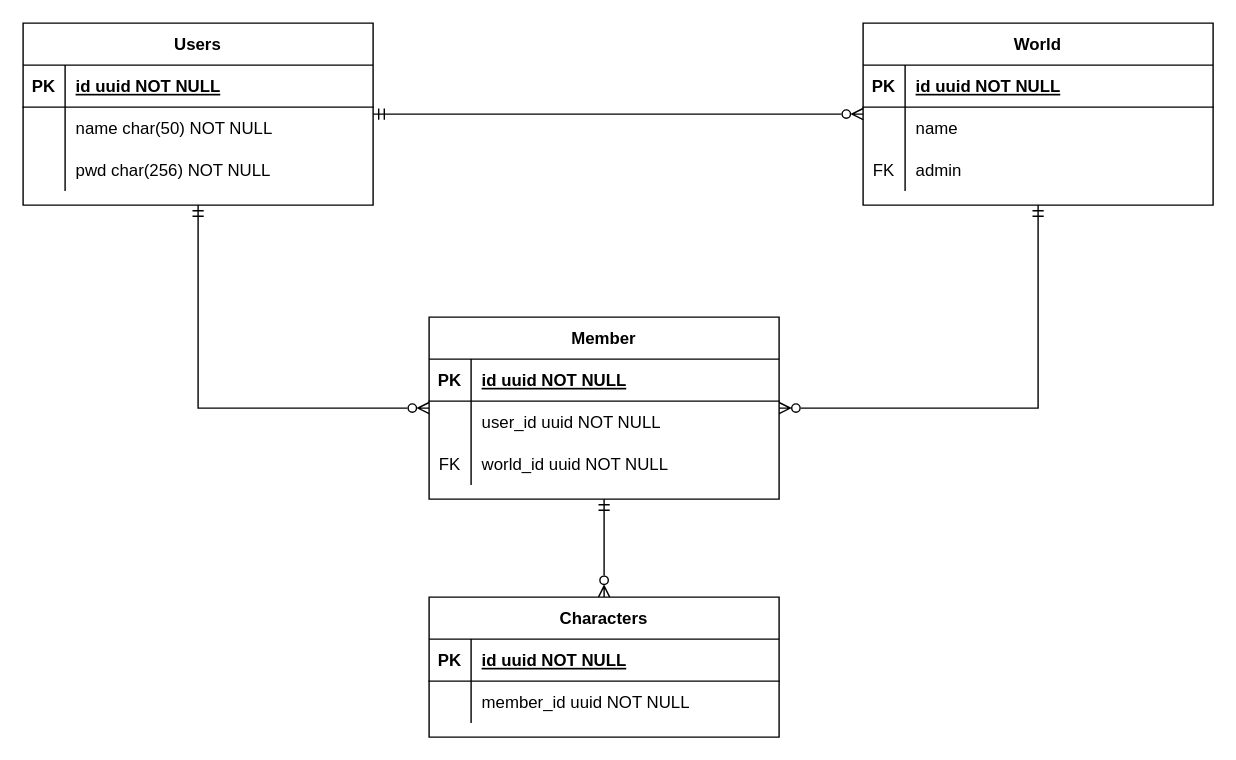
Earlier version of the draw.io diagram Untitled Diagram.drawio (C4RN1V0R/dnd-navigator). Source tidied: cells renumbered, new cells numbered last; positions are measured from the earlier drawing's top-left corner, leaving out a move shared by most shapes. Both pictures are drawn from the tidied source at 140%, with x=0, y=0 at pixel (22, 22).
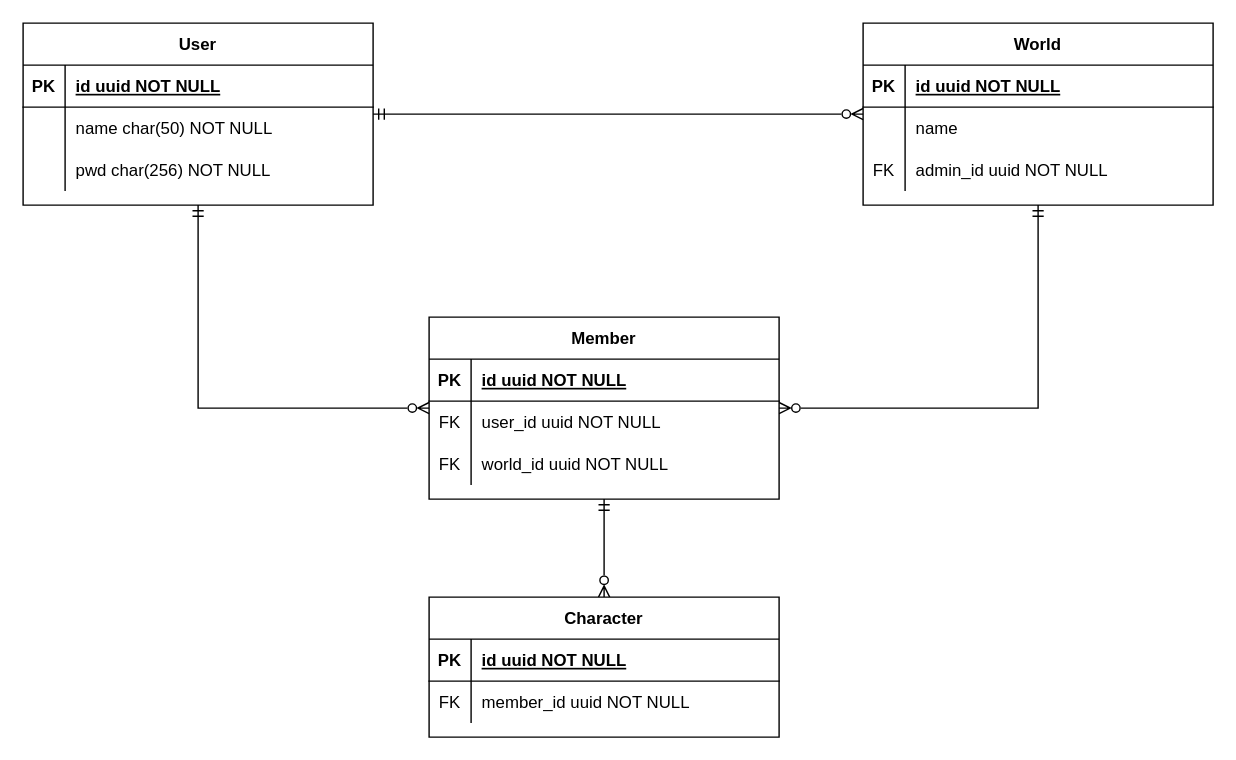
After the change.

Unchanged cells that the change refers to:
```xml
<mxCell id="17" style="shape=partialRectangle;fillColor=none;top=0;left=0;right=0;bottom=0;" parent="13" vertex="1">
  <mxGeometry y="60" width="250" height="30" as="geometry" />
</mxCell>
<mxCell id="27" style="shape=tableRow;horizontal=0;startSize=0;swimlaneHead=0;swimlaneBody=0;fillColor=none;top=0;left=0;right=0;bottom=0;" parent="20" vertex="1">
  <mxGeometry y="90" width="250" height="30" as="geometry" />
</mxCell>
<mxCell id="36" style="shape=partialRectangle;fillColor=none;top=0;left=0;right=0;bottom=0;" parent="32" vertex="1">
  <mxGeometry y="60" width="250" height="30" as="geometry" />
</mxCell>
```

What changed in the source:
```diff
@@
-    <mxCell id="2" value="Users" style="shape=table;startSize=30;childLayout=tableLayout;rowLines=0;fontStyle=1;align=center;" parent="1" vertex="1">
+    <mxCell id="2" value="User" style="shape=table;startSize=30;childLayout=tableLayout;rowLines=0;fontStyle=1;align=center;" parent="1" vertex="1">
       <mxGeometry width="250" height="130" as="geometry" />
     </mxCell>
@@
-    <mxCell id="13" value="Characters" style="shape=table;startSize=30;childLayout=tableLayout;rowLines=0;fontStyle=1;align=center;" parent="1" vertex="1">
+    <mxCell id="13" value="Character" style="shape=table;startSize=30;childLayout=tableLayout;rowLines=0;fontStyle=1;align=center;" parent="1" vertex="1">
       <mxGeometry x="290" y="410" width="250" height="100" as="geometry" />
     </mxCell>
@@
-    <mxCell id="18" style="shape=partialRectangle;overflow=hidden;fillColor=none;top=0;left=0;bottom=0;right=0;" parent="17" vertex="1">
+    <mxCell id="18" value="FK" style="shape=partialRectangle;overflow=hidden;fillColor=none;top=0;left=0;bottom=0;right=0;" parent="17" vertex="1">
       <mxGeometry width="30" height="30" as="geometry" />
     </mxCell>
@@
-    <mxCell id="29" value="admin" style="shape=partialRectangle;fillColor=none;top=0;left=0;bottom=0;right=0;align=left;spacingLeft=6;fontStyle=0;overflow=hidden;" parent="27" vertex="1">
+    <mxCell id="29" value="admin_id uuid NOT NULL" style="shape=partialRectangle;fillColor=none;top=0;left=0;bottom=0;right=0;align=left;spacingLeft=6;fontStyle=0;overflow=hidden;" parent="27" vertex="1">
       <mxGeometry x="30" width="220" height="30" as="geometry" />
     </mxCell>
@@
-    <mxCell id="37" style="shape=partialRectangle;overflow=hidden;fillColor=none;top=0;left=0;bottom=0;right=0;" parent="36" vertex="1">
+    <mxCell id="37" value="FK" style="shape=partialRectangle;overflow=hidden;fillColor=none;top=0;left=0;bottom=0;right=0;" parent="36" vertex="1">
       <mxGeometry width="30" height="30" as="geometry" />
     </mxCell>
```
